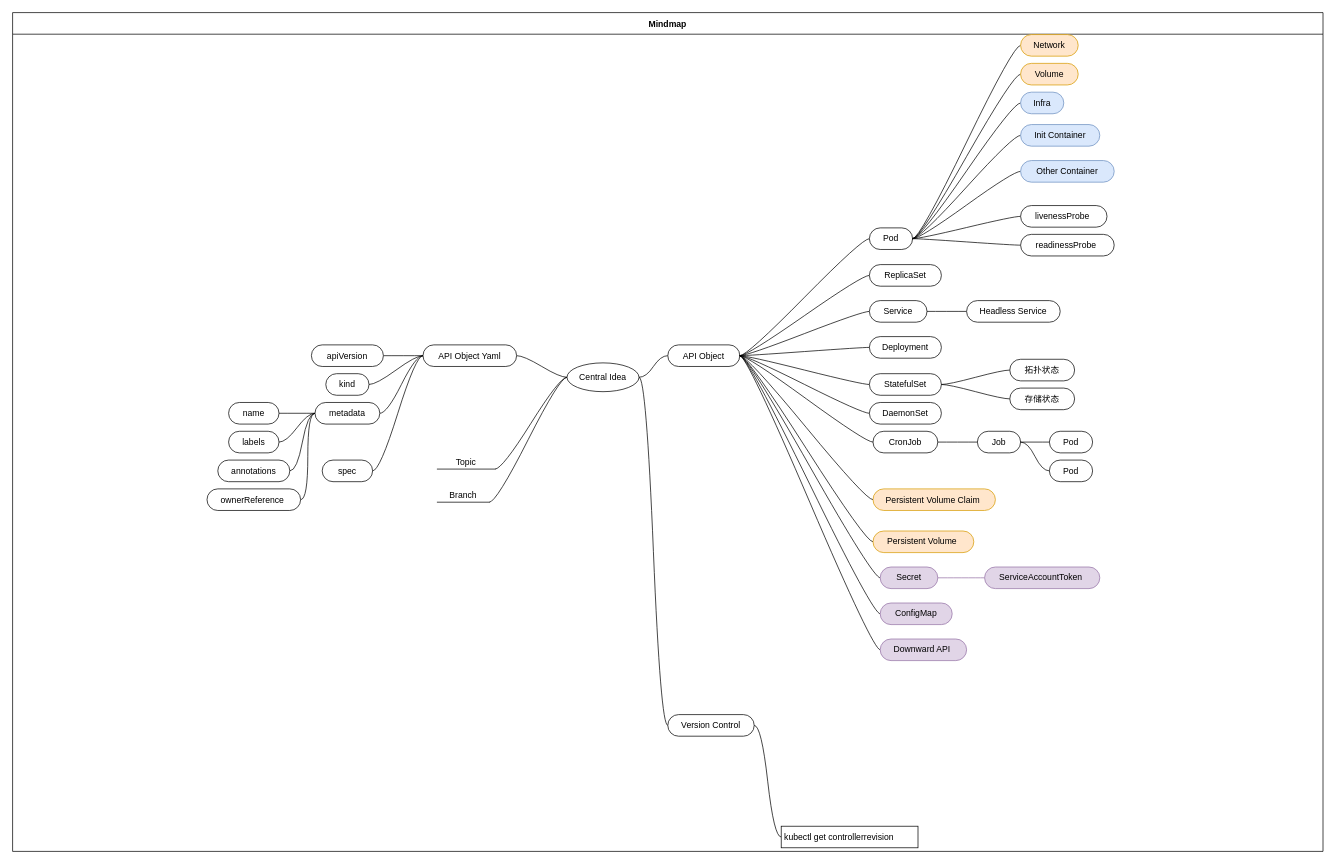
Earlier version of the draw.io diagram page "深入剖析kubernetes" (3 of 5) of Kubernetes.drawio (RedFoxAtAsleep/app.diagram.net). Source tidied: cells renumbered, new cells numbered last; positions are measured from the earlier drawing's top-left corner, leaving out a move shared by most shapes. Both pictures are drawn from the tidied source at 72%, with x=0, y=0 at pixel (12, 12).
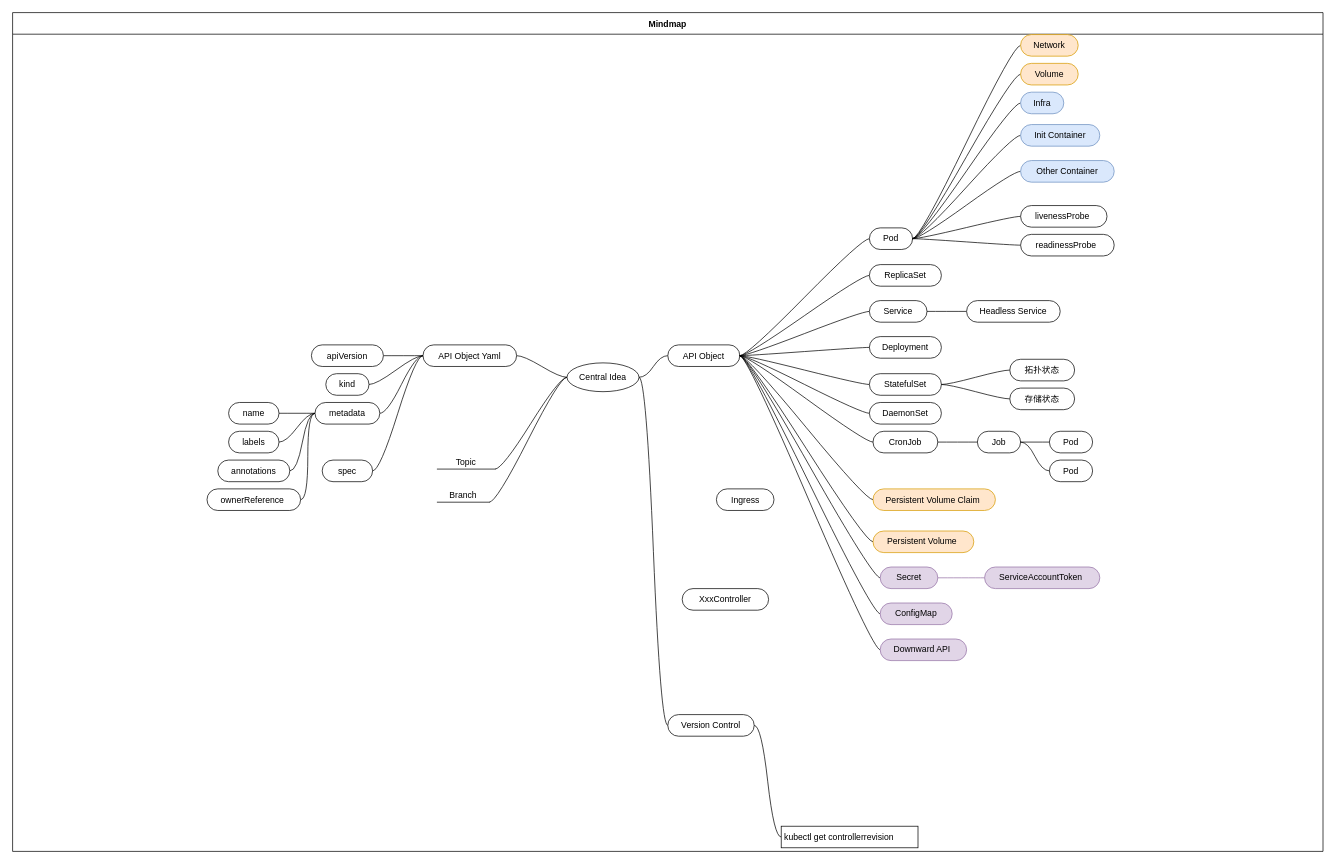
Above is the later version.

Unchanged cells that the change refers to:
```xml
<mxCell id="2" value="Mindmap" style="swimlane;startSize=30;horizontal=1;containerType=tree;" parent="1" vertex="1">
  <mxGeometry width="1820" height="1165" as="geometry" />
</mxCell>
```

Diff of the diagram source:
```diff
@@
+    <mxCell id="84" value="Ingress" style="whiteSpace=wrap;html=1;rounded=1;arcSize=50;align=center;verticalAlign=middle;strokeWidth=1;spacing=4;newEdgeStyle={&quot;edgeStyle&quot;:&quot;entityRelationEdgeStyle&quot;,&quot;startArrow&quot;:&quot;none&quot;,&quot;endArrow&quot;:&quot;none&quot;,&quot;segment&quot;:10,&quot;curved&quot;:1};" parent="2" vertex="1">
+      <mxGeometry x="977.5" y="661.5" width="80" height="30" as="geometry" />
+    </mxCell>
+    <mxCell id="85" value="XxxController" style="whiteSpace=wrap;html=1;rounded=1;arcSize=50;align=center;verticalAlign=middle;strokeWidth=1;spacing=4;newEdgeStyle={&quot;edgeStyle&quot;:&quot;entityRelationEdgeStyle&quot;,&quot;startArrow&quot;:&quot;none&quot;,&quot;endArrow&quot;:&quot;none&quot;,&quot;segment&quot;:10,&quot;curved&quot;:1};" parent="2" vertex="1">
+      <mxGeometry x="930" y="800" width="120" height="30" as="geometry" />
+    </mxCell>
```
